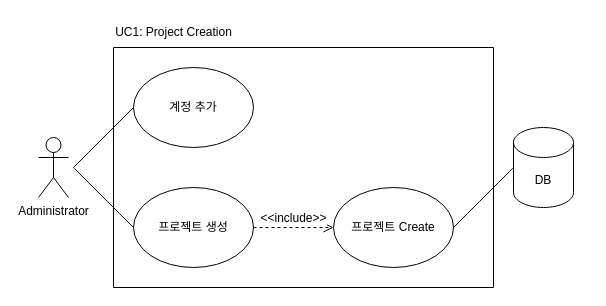
The draw.io diagram page "UC1-ProjectCreation" (2 of 11) of documents/use_case_model/use_case_diagrams/use_case_diagrams.drawio in 2j2h5/SE_TermProject, before the edit. Source tidied: cells renumbered, new cells numbered last; positions are measured from the earlier drawing's top-left corner, leaving out a move shared by most shapes. Both pictures are drawn from the tidied source at 100%, with x=0, y=0 at pixel (38, 17).
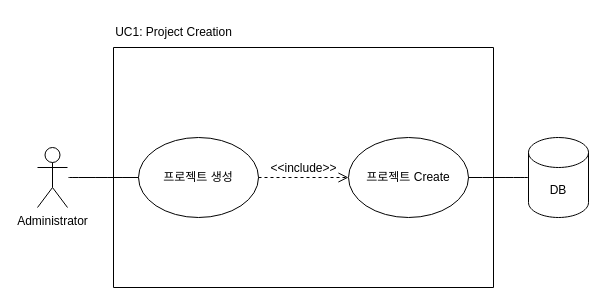
After the change.

Change to the diagram source:
```diff
@@
     <mxCell id="2" value="프로젝트 생성" style="ellipse;whiteSpace=wrap;html=1;shadow=0;labelBackgroundColor=none;" parent="1" vertex="1">
-      <mxGeometry x="95" y="170" width="120" height="80" as="geometry" />
+      <mxGeometry x="100" y="120" width="120" height="80" as="geometry" />
     </mxCell>
-    <mxCell id="3" value="계정 추가" style="ellipse;whiteSpace=wrap;html=1;" parent="1" vertex="1">
-      <mxGeometry x="95" y="50" width="120" height="80" as="geometry" />
-    </mxCell>
     <mxCell id="4" value="Administrator" style="shape=umlActor;verticalLabelPosition=bottom;verticalAlign=top;html=1;" parent="1" vertex="1">
-      <mxGeometry y="120" width="30" height="60" as="geometry" />
+      <mxGeometry x="-1" y="130" width="30" height="60" as="geometry" />
     </mxCell>
     <mxCell id="5" value="DB" style="shape=cylinder3;whiteSpace=wrap;html=1;boundedLbl=1;backgroundOutline=1;size=15;" parent="1" vertex="1">
-      <mxGeometry x="475" y="110" width="60" height="80" as="geometry" />
+      <mxGeometry x="490" y="120" width="60" height="80" as="geometry" />
     </mxCell>
     <mxCell id="6" value="프로젝트 Create" style="ellipse;whiteSpace=wrap;html=1;" parent="1" vertex="1">
-      <mxGeometry x="295" y="170" width="120" height="80" as="geometry" />
+      <mxGeometry x="310" y="120" width="120" height="80" as="geometry" />
     </mxCell>
-    <mxCell id="7" style="endArrow=none;html=1;rounded=0;fontSize=12;startSize=8;endSize=8;curved=1;entryX=0;entryY=0.5;entryDx=0;entryDy=0;" parent="1" edge="1" target="3">
-      <mxGeometry relative="1" as="geometry">
-        <mxPoint x="35" y="150" as="sourcePoint" />
-      </mxGeometry>
-    </mxCell>
     <mxCell id="8" style="endArrow=none;html=1;rounded=0;fontSize=12;startSize=8;endSize=8;curved=1;entryX=0;entryY=0.5;entryDx=0;entryDy=0;" parent="1" edge="1" target="2">
       <mxGeometry relative="1" as="geometry">
-        <mxPoint x="35" y="150" as="sourcePoint" />
+        <mxPoint x="30" y="160" as="sourcePoint" />
       </mxGeometry>
     </mxCell>
```
